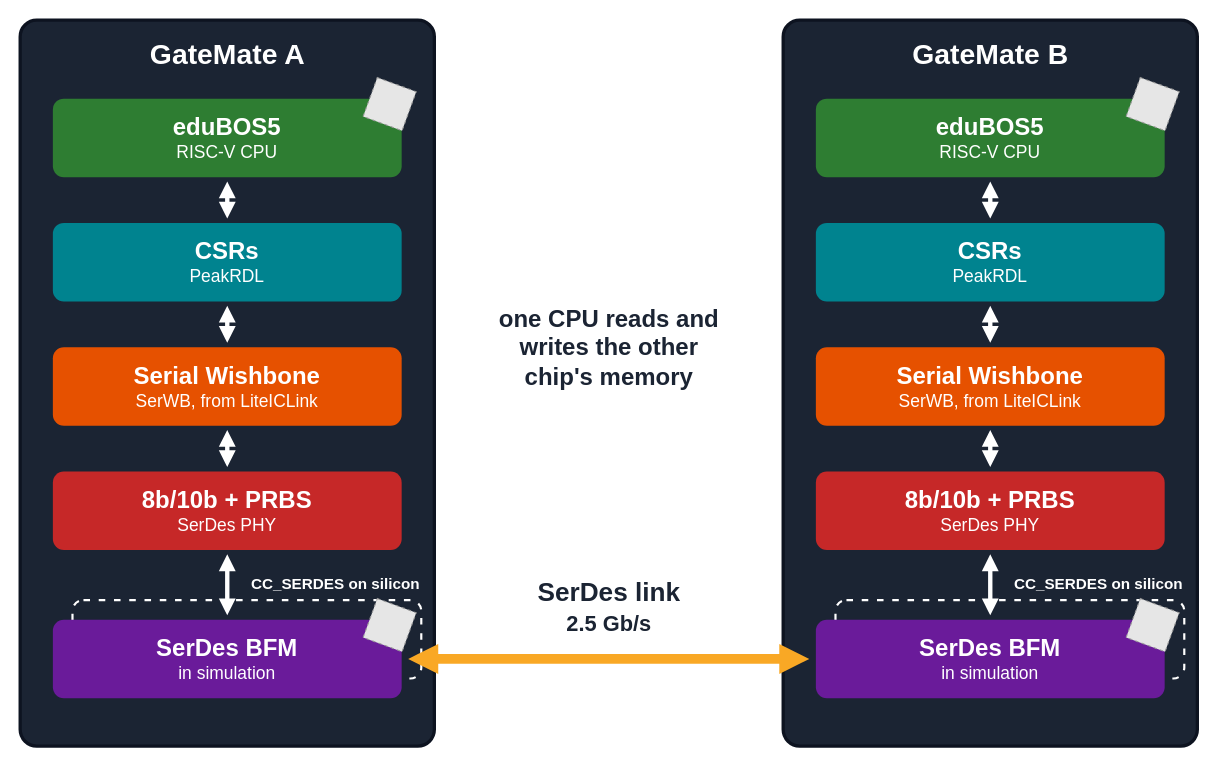
Earlier version of the draw.io diagram 7.SerDes/0.doc/iclink-flagship.drawio (chili-chips-ba/openCologne). Source tidied: cells renumbered, new cells numbered last; positions are measured from the earlier drawing's top-left corner, leaving out a move shared by most shapes. Both pictures are drawn from the tidied source at 109%, with x=0, y=0 at pixel (20, 20). Pictures stored in the file or linked from it are replaced by grey dashed boxes.
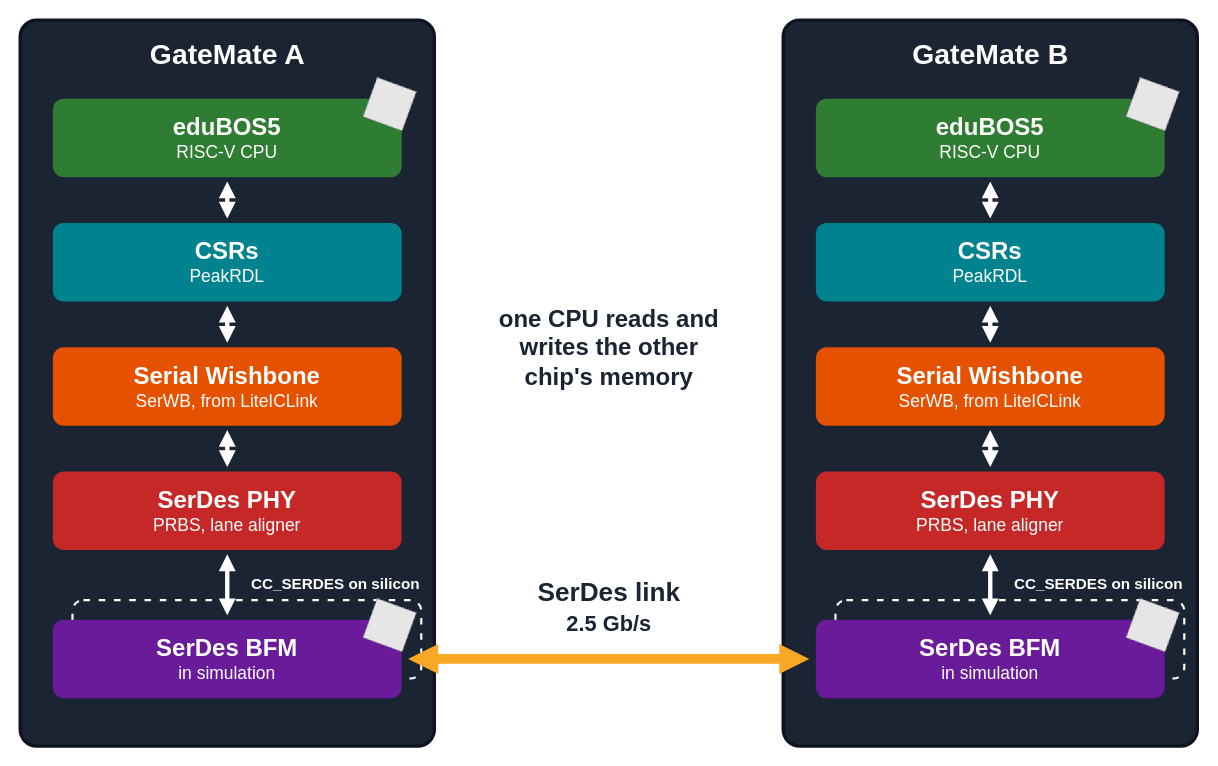
After the change.

The edit, as a diff of the source:
```diff
@@
-    <mxCell id="9" value="&lt;b style='font-size:22px'&gt;8b/10b + PRBS&lt;/b&gt;&lt;br&gt;&lt;span style='font-size:16px'&gt;SerDes PHY&lt;/span&gt;" style="rounded=1;arcSize=14;fillColor=#c62828;strokeColor=none;fontColor=#ffffff;html=1;whiteSpace=wrap;fontFamily=Helvetica;" parent="1" vertex="1">
+    <mxCell id="9" value="&lt;b style='font-size:22px'&gt;SerDes PHY&lt;/b&gt;&lt;br&gt;&lt;span style='font-size:16px'&gt;PRBS, lane aligner&lt;/span&gt;" style="rounded=1;arcSize=14;fillColor=#c62828;strokeColor=none;fontColor=#ffffff;html=1;whiteSpace=wrap;fontFamily=Helvetica;" parent="1" vertex="1">
       <mxGeometry x="30" y="414" width="320" height="72" as="geometry" />
     </mxCell>
@@
-    <mxCell id="24" value="&lt;b style='font-size:22px'&gt;8b/10b + PRBS&lt;/b&gt;&lt;br&gt;&lt;span style='font-size:16px'&gt;SerDes PHY&lt;/span&gt;" style="rounded=1;arcSize=14;fillColor=#c62828;strokeColor=none;fontColor=#ffffff;html=1;whiteSpace=wrap;fontFamily=Helvetica;" parent="1" vertex="1">
+    <mxCell id="24" value="&lt;b style='font-size:22px'&gt;SerDes PHY&lt;/b&gt;&lt;br&gt;&lt;span style='font-size:16px'&gt;PRBS, lane aligner&lt;/span&gt;" style="rounded=1;arcSize=14;fillColor=#c62828;strokeColor=none;fontColor=#ffffff;html=1;whiteSpace=wrap;fontFamily=Helvetica;" parent="1" vertex="1">
       <mxGeometry x="730" y="414" width="320" height="72" as="geometry" />
     </mxCell>
```
